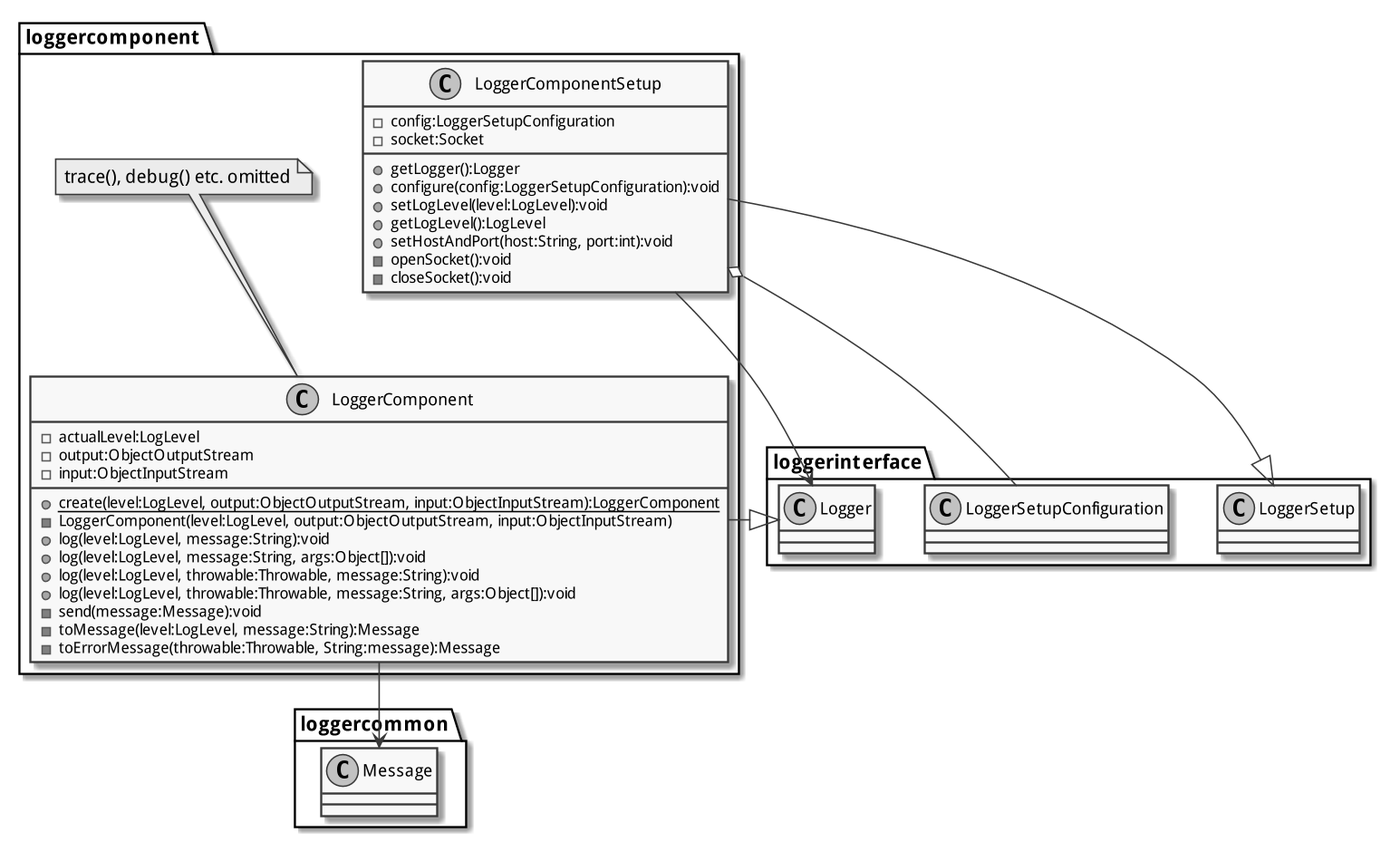
patrickbucher/vsk-team5 keeps this PlantUML diagram as Systemspezifikation/img/loggercomponent.png. Above is the earlier version.
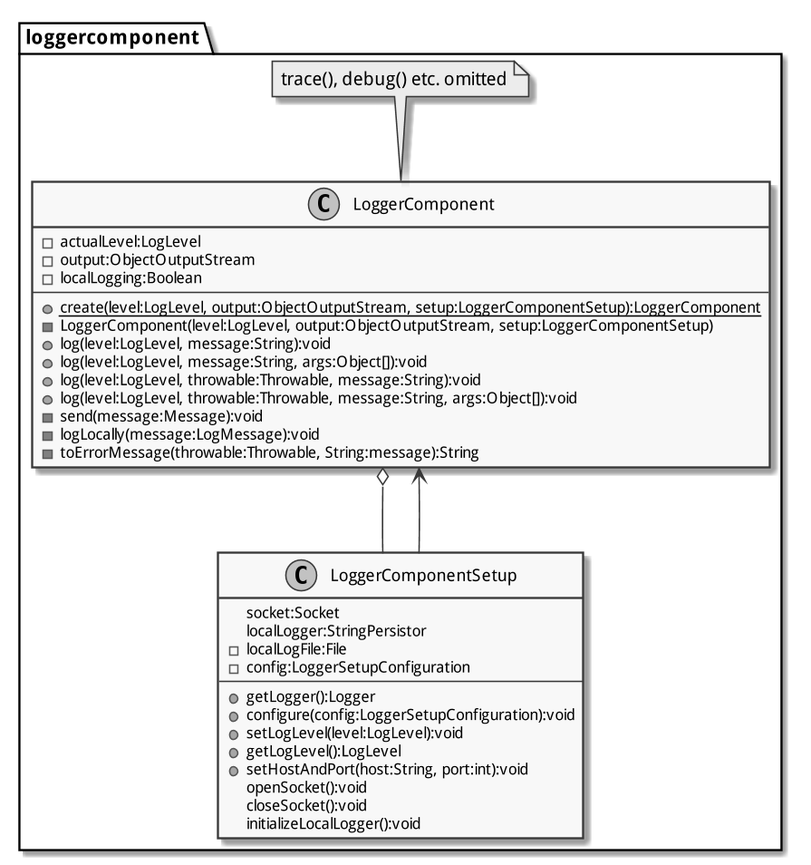
The same diagram one commit later.

The edit, as a diff of the source:
```diff
@@ -8,36 +8,38 @@
     class LoggerComponent {
         - actualLevel:LogLevel
         - output:ObjectOutputStream
-        - input:ObjectInputStream
-        {static} + create(level:LogLevel, output:ObjectOutputStream, input:ObjectInputStream):LoggerComponent
-        - LoggerComponent(level:LogLevel, output:ObjectOutputStream, input:ObjectInputStream)
+        - localLogging:Boolean
+        ---
+        {static} + create(level:LogLevel, output:ObjectOutputStream, setup:LoggerComponentSetup):LoggerComponent
+        - LoggerComponent(level:LogLevel, output:ObjectOutputStream, setup:LoggerComponentSetup)
         + log(level:LogLevel, message:String):void
         + log(level:LogLevel, message:String, args:Object[]):void
         + log(level:LogLevel, throwable:Throwable, message:String):void
         + log(level:LogLevel, throwable:Throwable, message:String, args:Object[]):void
         - send(message:Message):void
-        - toMessage(level:LogLevel, message:String):Message
-        - toErrorMessage(throwable:Throwable, String:message):Message
+        - logLocally(message:LogMessage):void
+        - toErrorMessage(throwable:Throwable, String:message):String
     }
     note top of LoggerComponent
         trace(), debug() etc. omitted
     end note
     class LoggerComponentSetup {
+        socket:Socket
+        localLogger:StringPersistor
+        - localLogFile:File
         - config:LoggerSetupConfiguration
-        - socket:Socket
+        ---
         + getLogger():Logger
         + configure(config:LoggerSetupConfiguration):void
         + setLogLevel(level:LogLevel):void
         + getLogLevel():LogLevel
         + setHostAndPort(host:String, port:int):void
-        - openSocket():void
-        - closeSocket():void
+        openSocket():void
+        closeSocket():void
+        initializeLocalLogger():void
     }
-    loggerinterface.LoggerSetup <|-- LoggerComponentSetup
-    LoggerComponentSetup o-- loggerinterface.LoggerSetupConfiguration
-    LoggerComponentSetup --> loggerinterface.Logger
-    loggerinterface.Logger <|-- LoggerComponent
-    LoggerComponent --> loggercommon.Message
+    LoggerComponent o-- LoggerComponentSetup
+    LoggerComponentSetup --> LoggerComponent
 }
 
 @enduml
```
